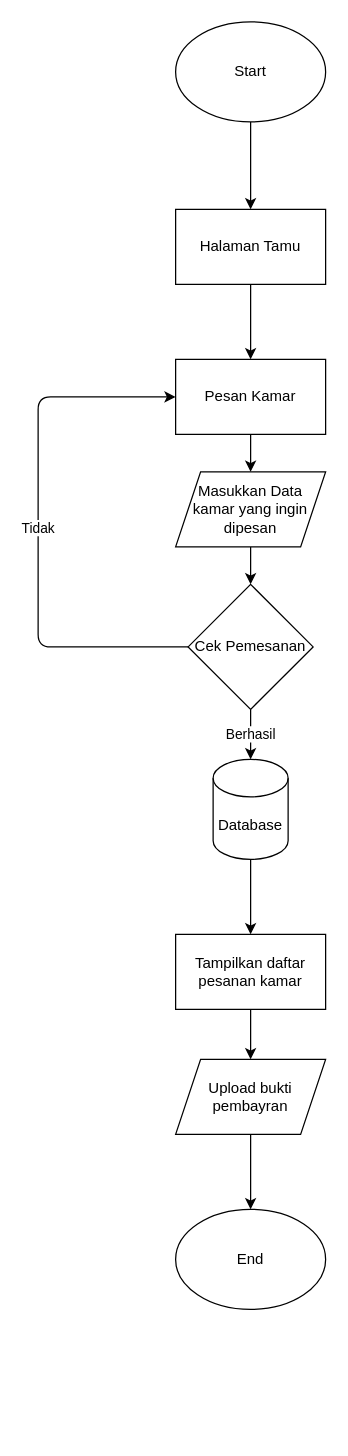
This is diagram dan flowchar/flowchart tamu.drawio from muhrafifrbn/hotelbarcelona, a draw.io file, before an edit. Source tidied: cells renumbered, new cells numbered last; positions are measured from the earlier drawing's top-left corner, leaving out a move shared by most shapes. Both pictures are drawn from the tidied source at 125%, with x=0, y=0 at pixel (38, 21).
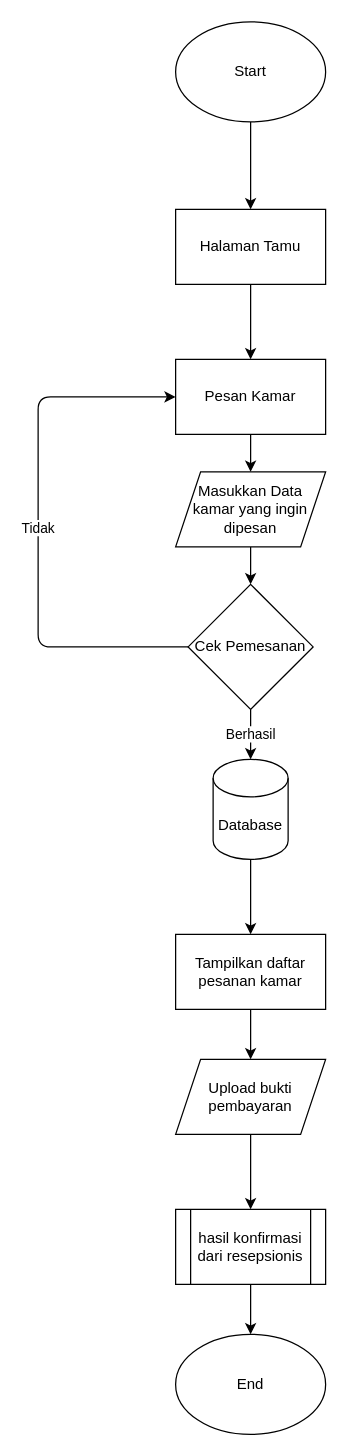
After the change.

The edit, as a diff of the source:
```diff
@@
-    <mxCell id="17" value="Upload bukti pembayran" style="shape=parallelogram;perimeter=parallelogramPerimeter;whiteSpace=wrap;html=1;fixedSize=1;" parent="1" vertex="1">
+    <mxCell id="17" value="Upload bukti pembayaran" style="shape=parallelogram;perimeter=parallelogramPerimeter;whiteSpace=wrap;html=1;fixedSize=1;" parent="1" vertex="1">
       <mxGeometry x="110" y="830" width="120" height="60" as="geometry" />
     </mxCell>
     <mxCell id="18" value="End" style="ellipse;whiteSpace=wrap;html=1;" parent="1" vertex="1">
-      <mxGeometry x="110" y="950" width="120" height="80" as="geometry" />
+      <mxGeometry x="110" y="1050" width="120" height="80" as="geometry" />
     </mxCell>
@@
+    <mxCell id="20" style="endArrow=classic;html=1;entryX=0.5;entryY=0;entryDx=0;entryDy=0;exitX=0.5;exitY=1;exitDx=0;exitDy=0;" parent="1" edge="1" target="18">
+      <mxGeometry relative="1" as="geometry">
+        <mxPoint x="170" y="1010" as="sourcePoint" />
+      </mxGeometry>
+    </mxCell>
+    <mxCell id="21" value="&lt;span&gt;hasil konfirmasi dari resepsionis&lt;/span&gt;" style="shape=process;whiteSpace=wrap;html=1;backgroundOutline=1;" parent="1" vertex="1">
+      <mxGeometry x="110" y="950" width="120" height="60" as="geometry" />
+    </mxCell>
```
